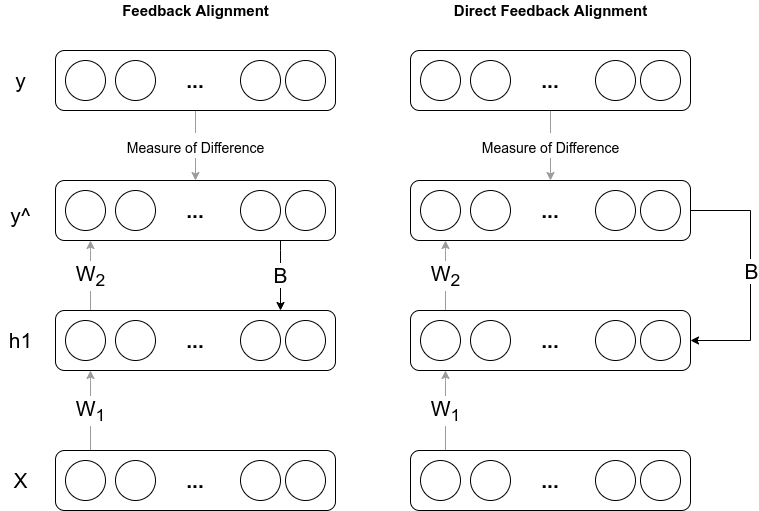
This is figures/DFA.png from demirbilek95/thesis_writing, a draw.io export, as it was before one commit. Source tidied: cells renumbered, new cells last; positions are measured from the earlier drawing's top-left corner, leaving out a move shared by most shapes. Its diagram source:
```xml
<mxGraphModel>
  <root>
    <mxCell id="0" />
    <mxCell id="1" parent="0" />
    <mxCell id="2" value="B" style="edgeStyle=orthogonalEdgeStyle;rounded=0;jettySize=auto;html=1;fontSize=21;" parent="1" edge="1" source="3" target="9">
      <mxGeometry relative="1" as="geometry">
        <Array as="points">
          <mxPoint x="280" y="250" />
          <mxPoint x="280" y="250" />
        </Array>
      </mxGeometry>
    </mxCell>
    <mxCell id="3" value="&lt;font style=&quot;font-size: 21px&quot;&gt;&lt;b&gt;...&lt;/b&gt;&lt;/font&gt;" style="rounded=1;whiteSpace=wrap;html=1;fontSize=19;" parent="1" vertex="1">
      <mxGeometry x="55" y="180" width="280" height="60" as="geometry" />
    </mxCell>
    <mxCell id="4" style="ellipse;whiteSpace=wrap;html=1;fontSize=19;" parent="1" vertex="1">
      <mxGeometry x="65" y="190" width="40" height="40" as="geometry" />
    </mxCell>
    <mxCell id="5" style="ellipse;whiteSpace=wrap;html=1;fontSize=19;" parent="1" vertex="1">
      <mxGeometry x="115" y="190" width="40" height="40" as="geometry" />
    </mxCell>
    <mxCell id="6" style="ellipse;whiteSpace=wrap;html=1;fontSize=19;" parent="1" vertex="1">
      <mxGeometry x="285" y="190" width="40" height="40" as="geometry" />
    </mxCell>
    <mxCell id="7" style="ellipse;whiteSpace=wrap;html=1;fontSize=19;" parent="1" vertex="1">
      <mxGeometry x="240" y="190" width="40" height="40" as="geometry" />
    </mxCell>
    <mxCell id="8" value="W&lt;sub&gt;2&lt;/sub&gt;" style="edgeStyle=orthogonalEdgeStyle;rounded=0;jettySize=auto;html=1;fontSize=21;strokeColor=#9C9C9C;" parent="1" edge="1" source="9" target="3">
      <mxGeometry relative="1" as="geometry">
        <Array as="points">
          <mxPoint x="90" y="250" />
          <mxPoint x="90" y="250" />
        </Array>
      </mxGeometry>
    </mxCell>
    <mxCell id="9" value="&lt;font style=&quot;font-size: 21px&quot;&gt;&lt;b&gt;...&lt;/b&gt;&lt;/font&gt;" style="rounded=1;whiteSpace=wrap;html=1;fontSize=19;" parent="1" vertex="1">
      <mxGeometry x="55" y="310" width="280" height="60" as="geometry" />
    </mxCell>
    <mxCell id="10" style="ellipse;whiteSpace=wrap;html=1;fontSize=19;" parent="1" vertex="1">
      <mxGeometry x="65" y="320" width="40" height="40" as="geometry" />
    </mxCell>
    <mxCell id="11" style="ellipse;whiteSpace=wrap;html=1;fontSize=19;" parent="1" vertex="1">
      <mxGeometry x="115" y="320" width="40" height="40" as="geometry" />
    </mxCell>
    <mxCell id="12" style="ellipse;whiteSpace=wrap;html=1;fontSize=19;" parent="1" vertex="1">
      <mxGeometry x="285" y="320" width="40" height="40" as="geometry" />
    </mxCell>
    <mxCell id="13" style="ellipse;whiteSpace=wrap;html=1;fontSize=19;" parent="1" vertex="1">
      <mxGeometry x="240" y="320" width="40" height="40" as="geometry" />
    </mxCell>
    <mxCell id="14" value="W&lt;sub&gt;1&lt;/sub&gt;" style="edgeStyle=orthogonalEdgeStyle;rounded=0;jettySize=auto;html=1;fontSize=21;strokeColor=#9C9C9C;" parent="1" edge="1" source="15" target="9">
      <mxGeometry relative="1" as="geometry">
        <Array as="points">
          <mxPoint x="90" y="380" />
          <mxPoint x="90" y="380" />
        </Array>
      </mxGeometry>
    </mxCell>
    <mxCell id="15" value="&lt;font style=&quot;font-size: 21px&quot;&gt;&lt;b&gt;...&lt;/b&gt;&lt;/font&gt;" style="rounded=1;whiteSpace=wrap;html=1;fontSize=19;" parent="1" vertex="1">
      <mxGeometry x="55" y="450" width="280" height="60" as="geometry" />
    </mxCell>
    <mxCell id="16" style="ellipse;whiteSpace=wrap;html=1;fontSize=19;" parent="1" vertex="1">
      <mxGeometry x="65" y="460" width="40" height="40" as="geometry" />
    </mxCell>
    <mxCell id="17" style="ellipse;whiteSpace=wrap;html=1;fontSize=19;" parent="1" vertex="1">
      <mxGeometry x="115" y="460" width="40" height="40" as="geometry" />
    </mxCell>
    <mxCell id="18" style="ellipse;whiteSpace=wrap;html=1;fontSize=19;" parent="1" vertex="1">
      <mxGeometry x="285" y="460" width="40" height="40" as="geometry" />
    </mxCell>
    <mxCell id="19" style="ellipse;whiteSpace=wrap;html=1;fontSize=19;" parent="1" vertex="1">
      <mxGeometry x="240" y="460" width="40" height="40" as="geometry" />
    </mxCell>
    <mxCell id="20" value="X" style="text;html=1;align=center;verticalAlign=middle;strokeColor=none;fillColor=none;fontSize=21;" parent="1" vertex="1">
      <mxGeometry x="5" y="465" width="30" height="30" as="geometry" />
    </mxCell>
    <mxCell id="21" value="h1" style="text;html=1;align=center;verticalAlign=middle;strokeColor=none;fillColor=none;fontSize=21;" parent="1" vertex="1">
      <mxGeometry y="325" width="40" height="30" as="geometry" />
    </mxCell>
    <mxCell id="22" value="&lt;font style=&quot;font-size: 14px&quot;&gt;Measure of Difference&lt;/font&gt;" style="edgeStyle=orthogonalEdgeStyle;rounded=0;jettySize=auto;html=1;fontSize=21;strokeColor=#9C9C9C;fontColor=#000000;" parent="1" edge="1" source="23" target="3">
      <mxGeometry relative="1" as="geometry" />
    </mxCell>
    <mxCell id="23" value="&lt;font style=&quot;font-size: 21px&quot;&gt;&lt;b&gt;...&lt;/b&gt;&lt;/font&gt;" style="rounded=1;whiteSpace=wrap;html=1;fontSize=19;" parent="1" vertex="1">
      <mxGeometry x="55" y="50" width="280" height="60" as="geometry" />
    </mxCell>
    <mxCell id="24" style="ellipse;whiteSpace=wrap;html=1;fontSize=19;" parent="1" vertex="1">
      <mxGeometry x="65" y="60" width="40" height="40" as="geometry" />
    </mxCell>
    <mxCell id="25" style="ellipse;whiteSpace=wrap;html=1;fontSize=19;" parent="1" vertex="1">
      <mxGeometry x="115" y="60" width="40" height="40" as="geometry" />
    </mxCell>
    <mxCell id="26" style="ellipse;whiteSpace=wrap;html=1;fontSize=19;" parent="1" vertex="1">
      <mxGeometry x="285" y="60" width="40" height="40" as="geometry" />
    </mxCell>
    <mxCell id="27" style="ellipse;whiteSpace=wrap;html=1;fontSize=19;" parent="1" vertex="1">
      <mxGeometry x="240" y="60" width="40" height="40" as="geometry" />
    </mxCell>
    <mxCell id="28" value="&lt;font style=&quot;font-size: 21px&quot;&gt;y^&lt;/font&gt;" style="text;html=1;align=center;verticalAlign=middle;strokeColor=none;fillColor=none;fontSize=21;" parent="1" vertex="1">
      <mxGeometry y="200" width="40" height="30" as="geometry" />
    </mxCell>
    <mxCell id="29" value="y" style="text;html=1;align=center;verticalAlign=middle;strokeColor=none;fillColor=none;fontSize=21;" parent="1" vertex="1">
      <mxGeometry x="5" y="65" width="30" height="30" as="geometry" />
    </mxCell>
    <mxCell id="30" value="&lt;font style=&quot;font-size: 21px&quot;&gt;&lt;b&gt;...&lt;/b&gt;&lt;/font&gt;" style="rounded=1;whiteSpace=wrap;html=1;fontSize=19;" parent="1" vertex="1">
      <mxGeometry x="410" y="180" width="280" height="60" as="geometry" />
    </mxCell>
    <mxCell id="31" style="ellipse;whiteSpace=wrap;html=1;fontSize=19;" parent="1" vertex="1">
      <mxGeometry x="420" y="190" width="40" height="40" as="geometry" />
    </mxCell>
    <mxCell id="32" style="ellipse;whiteSpace=wrap;html=1;fontSize=19;" parent="1" vertex="1">
      <mxGeometry x="470" y="190" width="40" height="40" as="geometry" />
    </mxCell>
    <mxCell id="33" style="edgeStyle=orthogonalEdgeStyle;rounded=0;jettySize=auto;html=1;entryX=1;entryY=0.5;entryDx=0;entryDy=0;fontSize=21;fontStyle=1;" parent="1" edge="1" target="38">
      <mxGeometry relative="1" as="geometry">
        <mxPoint x="690" y="210" as="sourcePoint" />
        <Array as="points">
          <mxPoint x="750" y="210" />
          <mxPoint x="750" y="340" />
        </Array>
      </mxGeometry>
    </mxCell>
    <mxCell id="34" value="B" style="edgeLabel;html=1;align=center;verticalAlign=middle;fontSize=21;" parent="33" vertex="1">
      <mxGeometry x="-0.11" relative="1" as="geometry">
        <mxPoint y="9" as="offset" />
      </mxGeometry>
    </mxCell>
    <mxCell id="35" style="ellipse;whiteSpace=wrap;html=1;fontSize=19;" parent="1" vertex="1">
      <mxGeometry x="640" y="190" width="40" height="40" as="geometry" />
    </mxCell>
    <mxCell id="36" style="ellipse;whiteSpace=wrap;html=1;fontSize=19;" parent="1" vertex="1">
      <mxGeometry x="595" y="190" width="40" height="40" as="geometry" />
    </mxCell>
    <mxCell id="37" value="W&lt;sub&gt;2&lt;/sub&gt;" style="edgeStyle=orthogonalEdgeStyle;rounded=0;jettySize=auto;html=1;fontSize=21;strokeColor=#9C9C9C;" parent="1" edge="1" source="38" target="30">
      <mxGeometry relative="1" as="geometry">
        <Array as="points">
          <mxPoint x="445" y="250" />
          <mxPoint x="445" y="250" />
        </Array>
      </mxGeometry>
    </mxCell>
    <mxCell id="38" value="&lt;font style=&quot;font-size: 21px&quot;&gt;&lt;b&gt;...&lt;/b&gt;&lt;/font&gt;" style="rounded=1;whiteSpace=wrap;html=1;fontSize=19;" parent="1" vertex="1">
      <mxGeometry x="410" y="310" width="280" height="60" as="geometry" />
    </mxCell>
    <mxCell id="39" style="ellipse;whiteSpace=wrap;html=1;fontSize=19;" parent="1" vertex="1">
      <mxGeometry x="420" y="320" width="40" height="40" as="geometry" />
    </mxCell>
    <mxCell id="40" style="ellipse;whiteSpace=wrap;html=1;fontSize=19;" parent="1" vertex="1">
      <mxGeometry x="470" y="320" width="40" height="40" as="geometry" />
    </mxCell>
    <mxCell id="41" style="ellipse;whiteSpace=wrap;html=1;fontSize=19;" parent="1" vertex="1">
      <mxGeometry x="640" y="320" width="40" height="40" as="geometry" />
    </mxCell>
    <mxCell id="42" style="ellipse;whiteSpace=wrap;html=1;fontSize=19;" parent="1" vertex="1">
      <mxGeometry x="595" y="320" width="40" height="40" as="geometry" />
    </mxCell>
    <mxCell id="43" value="W&lt;sub&gt;1&lt;/sub&gt;" style="edgeStyle=orthogonalEdgeStyle;rounded=0;jettySize=auto;html=1;fontSize=21;strokeColor=#9C9C9C;" parent="1" edge="1" source="44" target="38">
      <mxGeometry relative="1" as="geometry">
        <Array as="points">
          <mxPoint x="445" y="380" />
          <mxPoint x="445" y="380" />
        </Array>
      </mxGeometry>
    </mxCell>
    <mxCell id="44" value="&lt;font style=&quot;font-size: 21px&quot;&gt;&lt;b&gt;...&lt;/b&gt;&lt;/font&gt;" style="rounded=1;whiteSpace=wrap;html=1;fontSize=19;" parent="1" vertex="1">
      <mxGeometry x="410" y="450" width="280" height="60" as="geometry" />
    </mxCell>
    <mxCell id="45" style="ellipse;whiteSpace=wrap;html=1;fontSize=19;" parent="1" vertex="1">
      <mxGeometry x="420" y="460" width="40" height="40" as="geometry" />
    </mxCell>
    <mxCell id="46" style="ellipse;whiteSpace=wrap;html=1;fontSize=19;" parent="1" vertex="1">
      <mxGeometry x="470" y="460" width="40" height="40" as="geometry" />
    </mxCell>
    <mxCell id="47" style="ellipse;whiteSpace=wrap;html=1;fontSize=19;" parent="1" vertex="1">
      <mxGeometry x="640" y="460" width="40" height="40" as="geometry" />
    </mxCell>
    <mxCell id="48" style="ellipse;whiteSpace=wrap;html=1;fontSize=19;" parent="1" vertex="1">
      <mxGeometry x="595" y="460" width="40" height="40" as="geometry" />
    </mxCell>
    <mxCell id="49" value="&lt;font style=&quot;font-size: 14px&quot;&gt;Measure of Difference&lt;/font&gt;" style="edgeStyle=orthogonalEdgeStyle;rounded=0;jettySize=auto;html=1;fontSize=21;strokeColor=#9C9C9C;fontColor=#000000;" parent="1" edge="1" source="50" target="30">
      <mxGeometry relative="1" as="geometry" />
    </mxCell>
    <mxCell id="50" value="&lt;font style=&quot;font-size: 21px&quot;&gt;&lt;b&gt;...&lt;/b&gt;&lt;/font&gt;" style="rounded=1;whiteSpace=wrap;html=1;fontSize=19;" parent="1" vertex="1">
      <mxGeometry x="410" y="50" width="280" height="60" as="geometry" />
    </mxCell>
    <mxCell id="51" style="ellipse;whiteSpace=wrap;html=1;fontSize=19;" parent="1" vertex="1">
      <mxGeometry x="420" y="60" width="40" height="40" as="geometry" />
    </mxCell>
    <mxCell id="52" style="ellipse;whiteSpace=wrap;html=1;fontSize=19;" parent="1" vertex="1">
      <mxGeometry x="470" y="60" width="40" height="40" as="geometry" />
    </mxCell>
    <mxCell id="53" style="ellipse;whiteSpace=wrap;html=1;fontSize=19;" parent="1" vertex="1">
      <mxGeometry x="640" y="60" width="40" height="40" as="geometry" />
    </mxCell>
    <mxCell id="54" style="ellipse;whiteSpace=wrap;html=1;fontSize=19;" parent="1" vertex="1">
      <mxGeometry x="595" y="60" width="40" height="40" as="geometry" />
    </mxCell>
    <mxCell id="55" value="&lt;font style=&quot;font-size: 15px&quot;&gt;&lt;b&gt;Feedback Alignment&lt;/b&gt;&lt;/font&gt;" style="text;html=1;align=center;verticalAlign=middle;strokeColor=none;fillColor=none;" parent="1" vertex="1">
      <mxGeometry x="115" width="160" height="20" as="geometry" />
    </mxCell>
    <mxCell id="56" value="&lt;font style=&quot;font-size: 15px&quot;&gt;&lt;b&gt;Direct Feedback Alignment&lt;/b&gt;&lt;/font&gt;" style="text;html=1;align=center;verticalAlign=middle;strokeColor=none;fillColor=none;" parent="1" vertex="1">
      <mxGeometry x="445" width="210" height="20" as="geometry" />
    </mxCell>
  </root>
</mxGraphModel>
```
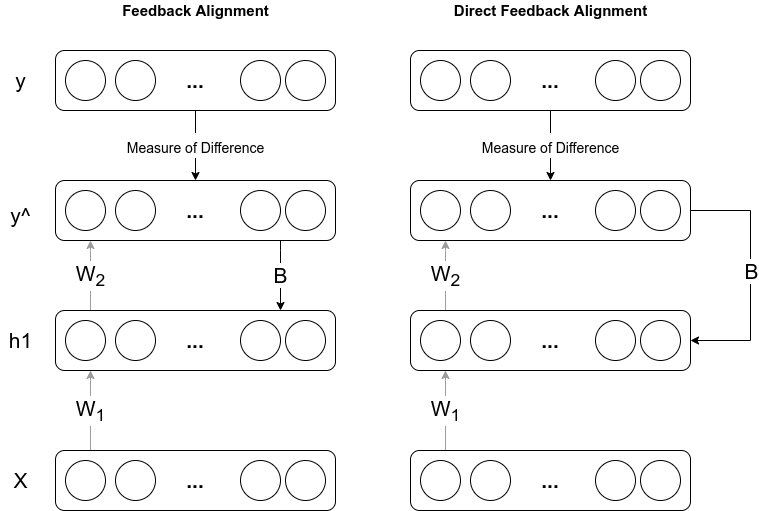
The same file after the commit.

Change to the diagram source:
```diff
@@ -77,7 +77,7 @@
     <mxCell id="21" value="h1" style="text;html=1;align=center;verticalAlign=middle;strokeColor=none;fillColor=none;fontSize=21;" parent="1" vertex="1">
       <mxGeometry y="325" width="40" height="30" as="geometry" />
     </mxCell>
-    <mxCell id="22" value="&lt;font style=&quot;font-size: 14px&quot;&gt;Measure of Difference&lt;/font&gt;" style="edgeStyle=orthogonalEdgeStyle;rounded=0;jettySize=auto;html=1;fontSize=21;strokeColor=#9C9C9C;fontColor=#000000;" parent="1" edge="1" source="23" target="3">
+    <mxCell id="22" value="&lt;font style=&quot;font-size: 14px&quot;&gt;Measure of Difference&lt;/font&gt;" style="edgeStyle=orthogonalEdgeStyle;rounded=0;jettySize=auto;html=1;fontSize=21;strokeColor=#000000;fontColor=#000000;" parent="1" edge="1" source="23" target="3">
       <mxGeometry relative="1" as="geometry" />
     </mxCell>
     <mxCell id="23" value="&lt;font style=&quot;font-size: 21px&quot;&gt;&lt;b&gt;...&lt;/b&gt;&lt;/font&gt;" style="rounded=1;whiteSpace=wrap;html=1;fontSize=19;" parent="1" vertex="1">
@@ -176,7 +176,7 @@
     <mxCell id="48" style="ellipse;whiteSpace=wrap;html=1;fontSize=19;" parent="1" vertex="1">
       <mxGeometry x="595" y="460" width="40" height="40" as="geometry" />
     </mxCell>
-    <mxCell id="49" value="&lt;font style=&quot;font-size: 14px&quot;&gt;Measure of Difference&lt;/font&gt;" style="edgeStyle=orthogonalEdgeStyle;rounded=0;jettySize=auto;html=1;fontSize=21;strokeColor=#9C9C9C;fontColor=#000000;" parent="1" edge="1" source="50" target="30">
+    <mxCell id="49" value="&lt;font style=&quot;font-size: 14px&quot;&gt;Measure of Difference&lt;/font&gt;" style="edgeStyle=orthogonalEdgeStyle;rounded=0;jettySize=auto;html=1;fontSize=21;strokeColor=#000000;fontColor=#000000;" parent="1" edge="1" source="50" target="30">
       <mxGeometry relative="1" as="geometry" />
     </mxCell>
     <mxCell id="50" value="&lt;font style=&quot;font-size: 21px&quot;&gt;&lt;b&gt;...&lt;/b&gt;&lt;/font&gt;" style="rounded=1;whiteSpace=wrap;html=1;fontSize=19;" parent="1" vertex="1">
```
